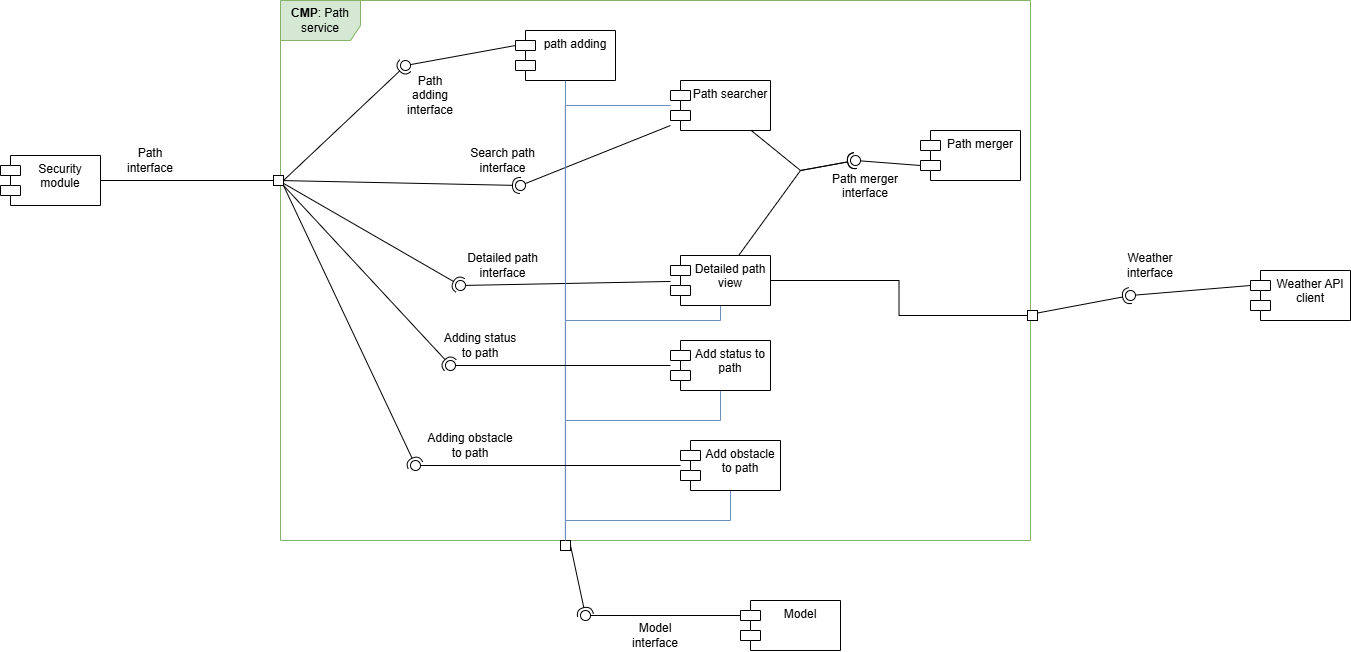
jacopobellosi/Bellosi-Montanelli-Tempobono keeps this draw.io diagram as DD/LaTeXCode/images/componentDiagrams/Component_diagram-path_detailed_view.drawio.png. Above is the earlier version. Source tidied: cells renumbered, new cells last; positions are measured from the earlier drawing's top-left corner, leaving out a move shared by most shapes.
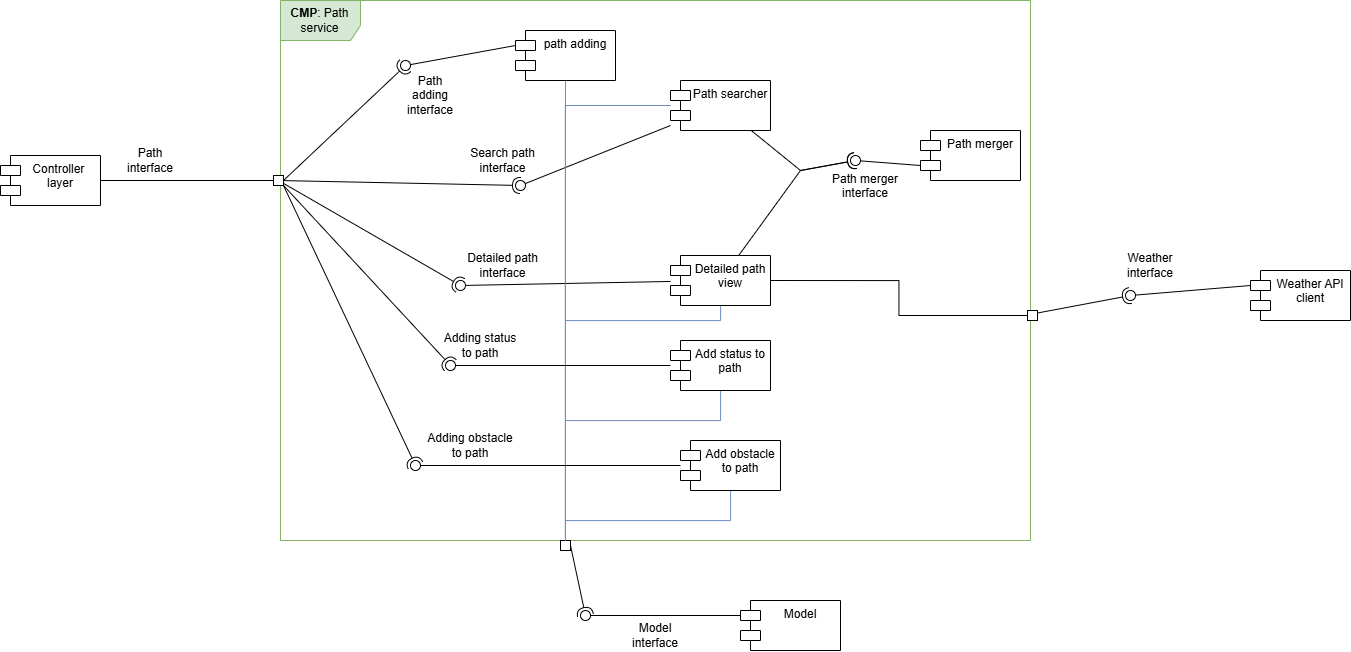
The same diagram one commit later.

Change to the diagram source:
```diff
@@ -31,7 +31,7 @@
     <mxCell id="9" style="edgeStyle=orthogonalEdgeStyle;rounded=0;jettySize=auto;html=1;entryX=0;entryY=0.5;entryDx=0;entryDy=0;endArrow=none;endFill=0;" parent="1" edge="1" source="10" target="12">
       <mxGeometry relative="1" as="geometry" />
     </mxCell>
-    <mxCell id="10" value="Security&lt;br&gt;module" style="shape=module;align=left;spacingLeft=20;align=center;verticalAlign=top;whiteSpace=wrap;html=1;" parent="1" vertex="1">
+    <mxCell id="10" value="Controller&amp;nbsp;&lt;br&gt;layer" style="shape=module;align=left;spacingLeft=20;align=center;verticalAlign=top;whiteSpace=wrap;html=1;" parent="1" vertex="1">
       <mxGeometry y="155" width="100" height="50" as="geometry" />
     </mxCell>
     <mxCell id="11" style="ellipse;whiteSpace=wrap;html=1;align=center;fillColor=none;strokeColor=none;perimeter=centerPerimeter;" parent="1" vertex="1">
```
